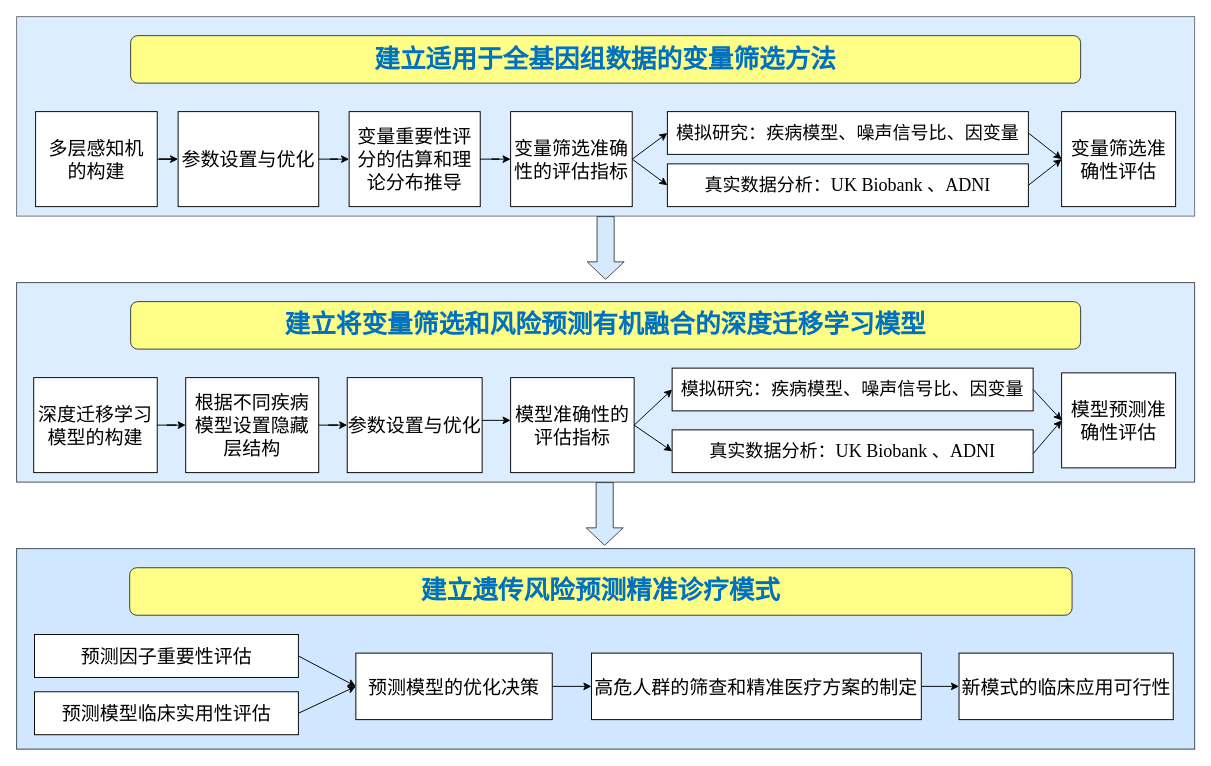
This is pathnew-5.drawio from LongLiu1988/2020, a draw.io file, before an edit. Source tidied: cells renumbered, new cells numbered last; positions are measured from the earlier drawing's top-left corner, leaving out a move shared by most shapes. Both pictures are drawn from the tidied source at 95%, with x=0, y=0 at pixel (16, 16).
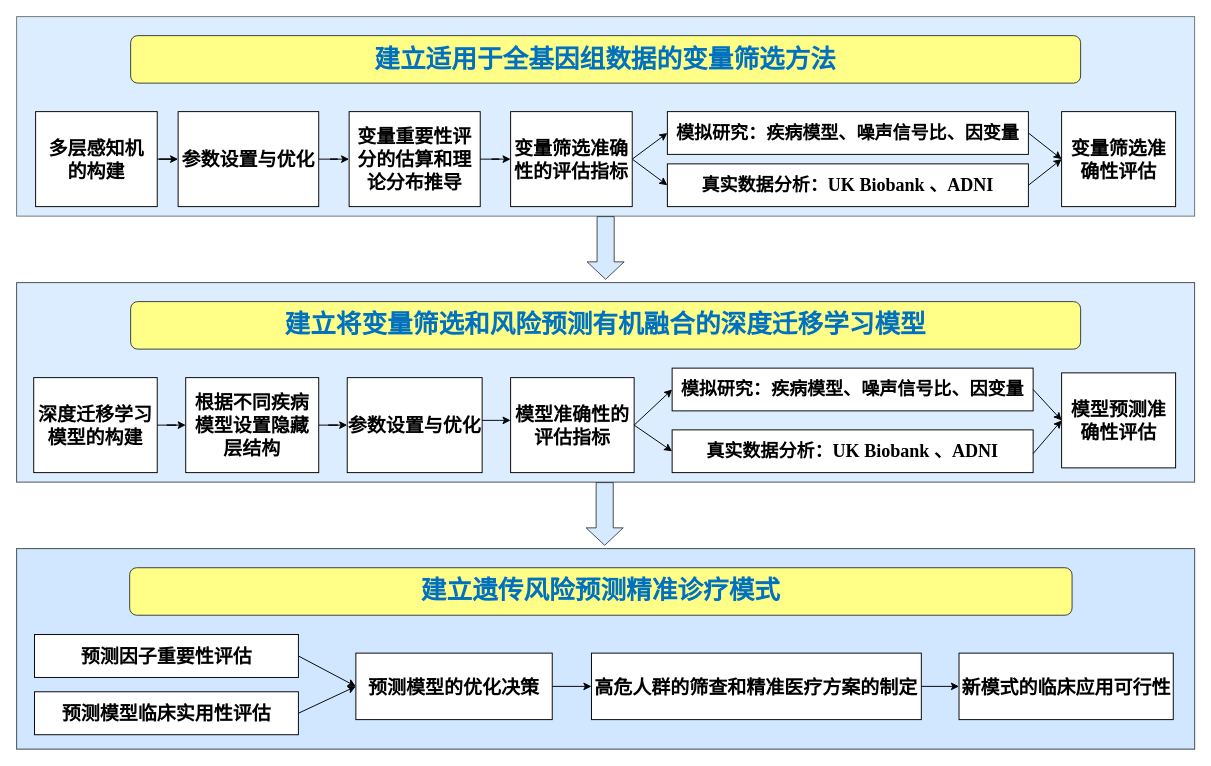
After the change.

The edit, as a diff of the source:
```diff
@@
-    <mxCell id="3" value="&lt;font style=&quot;font-size: 27px;&quot;&gt;&lt;b style=&quot;font-size: 27px;&quot;&gt;&lt;span style=&quot;font-family: kaiti; color: rgb(0, 112, 193); font-size: 27px;&quot; lang=&quot;ZH-CN&quot;&gt;建立将变量筛选和风险预测有机融合的深度迁移学习模型&lt;/span&gt;&lt;/b&gt;&lt;/font&gt;" style="rounded=1;whiteSpace=wrap;html=1;fillColor=#ffff88;strokeColor=#36393d;fontSize=27;" parent="1" vertex="1">
+    <mxCell id="3" value="&lt;font style=&quot;font-size: 27px;&quot;&gt;&lt;b style=&quot;font-size: 27px;&quot;&gt;&lt;span style=&quot;color: rgb(0, 112, 193); font-size: 27px;&quot; lang=&quot;ZH-CN&quot;&gt;建立将变量筛选和风险预测有机融合的深度迁移学习模型&lt;/span&gt;&lt;/b&gt;&lt;/font&gt;" style="rounded=1;whiteSpace=wrap;html=1;fillColor=#ffff88;strokeColor=#36393d;fontSize=27;fontFamily=Helvetica;" parent="1" vertex="1">
       <mxGeometry x="120" y="300" width="1000" height="50" as="geometry" />
     </mxCell>
@@
-    <mxCell id="5" value="&lt;font style=&quot;font-size: 20px&quot;&gt;深度迁移学习模型的构建&lt;/font&gt;" style="rounded=0;whiteSpace=wrap;html=1;" parent="1" vertex="1">
+    <mxCell id="5" value="&lt;font style=&quot;font-size: 20px&quot;&gt;深度迁移学习模型的构建&lt;/font&gt;" style="rounded=0;whiteSpace=wrap;html=1;fontStyle=1;" parent="1" vertex="1">
       <mxGeometry x="18" y="380" width="130" height="100" as="geometry" />
     </mxCell>
-    <mxCell id="6" value="&lt;font style=&quot;font-size: 20px&quot;&gt;参数设置与优化&lt;/font&gt;" style="rounded=0;whiteSpace=wrap;html=1;" parent="1" vertex="1">
+    <mxCell id="6" value="&lt;font style=&quot;font-size: 20px&quot;&gt;参数设置与优化&lt;/font&gt;" style="rounded=0;whiteSpace=wrap;html=1;fontStyle=1;" parent="1" vertex="1">
       <mxGeometry x="348" y="380" width="142" height="100" as="geometry" />
     </mxCell>
-    <mxCell id="7" value="&lt;font style=&quot;font-size: 20px&quot;&gt;模型准确性的评估指标&lt;/font&gt;" style="rounded=0;whiteSpace=wrap;html=1;" parent="1" vertex="1">
+    <mxCell id="7" value="&lt;font style=&quot;font-size: 20px&quot;&gt;模型准确性的评估指标&lt;/font&gt;" style="rounded=0;whiteSpace=wrap;html=1;fontStyle=1;" parent="1" vertex="1">
       <mxGeometry x="520" y="380" width="130" height="100" as="geometry" />
     </mxCell>
@@
-    <mxCell id="10" value="&lt;font style=&quot;font-size: 20px&quot;&gt;根据不同疾病模型设置隐藏层结构&lt;/font&gt;" style="rounded=0;whiteSpace=wrap;html=1;" parent="1" vertex="1">
+    <mxCell id="10" value="&lt;font style=&quot;font-size: 20px&quot;&gt;根据不同疾病模型设置隐藏层结构&lt;/font&gt;" style="rounded=0;whiteSpace=wrap;html=1;fontStyle=1;" parent="1" vertex="1">
       <mxGeometry x="178" y="380" width="140" height="100" as="geometry" />
     </mxCell>
@@
-    <mxCell id="13" style="group;fontSize=27;opacity=70;strokeColor=#23445d;fillColor=#CCE5FF;" parent="1" vertex="1">
+    <mxCell id="13" style="group;fontSize=27;opacity=70;strokeColor=#23445d;fillColor=#CCE5FF;fontStyle=1;fontFamily=Helvetica;" parent="1" vertex="1">
       <mxGeometry y="560" width="1240" height="211" as="geometry" />
     </mxCell>
@@
-    <mxCell id="15" value="&lt;b style=&quot;font-size: 27px;&quot;&gt;&lt;span style=&quot;font-size: 27px; font-family: kaiti; color: rgb(0, 112, 193);&quot; lang=&quot;ZH-CN&quot;&gt;建立遗传风险预测精准诊疗模式&lt;/span&gt;&lt;/b&gt;" style="rounded=1;whiteSpace=wrap;html=1;fillColor=#ffff88;strokeColor=#36393d;fontSize=27;" parent="13" vertex="1">
+    <mxCell id="15" value="&lt;span style=&quot;font-size: 27px;&quot;&gt;&lt;span style=&quot;font-size: 27px; color: rgb(0, 112, 193);&quot; lang=&quot;ZH-CN&quot;&gt;建立遗传风险预测精准诊疗模式&lt;/span&gt;&lt;/span&gt;" style="rounded=1;whiteSpace=wrap;html=1;fillColor=#ffff88;strokeColor=#36393d;fontSize=27;fontStyle=1;fontFamily=Helvetica;" parent="13" vertex="1">
       <mxGeometry x="119" y="20.1" width="992" height="50" as="geometry" />
     </mxCell>
-    <mxCell id="16" value="&lt;font style=&quot;font-size: 20px&quot;&gt;预测因子重要性评估&lt;/font&gt;" style="rounded=0;whiteSpace=wrap;html=1;" parent="13" vertex="1">
+    <mxCell id="16" value="&lt;font style=&quot;font-size: 20px&quot;&gt;预测因子重要性评估&lt;/font&gt;" style="rounded=0;whiteSpace=wrap;html=1;fontStyle=1;" parent="13" vertex="1">
       <mxGeometry x="18.8" y="90.4" width="277.8" height="45.2" as="geometry" />
     </mxCell>
-    <mxCell id="17" value="&lt;font style=&quot;font-size: 20px&quot;&gt;预测模型临床实用性评估&lt;/font&gt;" style="rounded=0;whiteSpace=wrap;html=1;" parent="13" vertex="1">
+    <mxCell id="17" value="&lt;font style=&quot;font-size: 20px&quot;&gt;预测模型临床实用性评估&lt;/font&gt;" style="rounded=0;whiteSpace=wrap;html=1;fontStyle=1;" parent="13" vertex="1">
       <mxGeometry x="18.8" y="150.7" width="277.8" height="45.2" as="geometry" />
     </mxCell>
-    <mxCell id="18" value="&lt;font style=&quot;font-size: 20px&quot;&gt;预测模型的优化决策&lt;/font&gt;" style="rounded=0;whiteSpace=wrap;html=1;" parent="13" vertex="1">
+    <mxCell id="18" value="&lt;font style=&quot;font-size: 20px&quot;&gt;预测模型的优化决策&lt;/font&gt;" style="rounded=0;whiteSpace=wrap;html=1;fontStyle=1;" parent="13" vertex="1">
       <mxGeometry x="357.1" y="110" width="206.7" height="70" as="geometry" />
     </mxCell>
-    <mxCell id="19" value="&lt;font style=&quot;font-size: 20px&quot;&gt;高危人群的筛查和精准医疗方案的制定&lt;/font&gt;" style="whiteSpace=wrap;html=1;rounded=0;" parent="13" vertex="1">
+    <mxCell id="19" value="&lt;font style=&quot;font-size: 20px&quot;&gt;高危人群的筛查和精准医疗方案的制定&lt;/font&gt;" style="whiteSpace=wrap;html=1;rounded=0;fontStyle=1;" parent="13" vertex="1">
       <mxGeometry x="605.1" y="110" width="347.2" height="70" as="geometry" />
     </mxCell>
-    <mxCell id="20" value="&lt;font style=&quot;font-size: 20px&quot;&gt;新模式的临床应用可行性&lt;/font&gt;" style="whiteSpace=wrap;html=1;rounded=0;" parent="13" vertex="1">
+    <mxCell id="20" value="&lt;font style=&quot;font-size: 20px&quot;&gt;新模式的临床应用可行性&lt;/font&gt;" style="whiteSpace=wrap;html=1;rounded=0;fontStyle=1;" parent="13" vertex="1">
       <mxGeometry x="992" y="110" width="225.5" height="70" as="geometry" />
     </mxCell>
@@
-    <mxCell id="26" value="&lt;div style=&quot;font-size: 19px&quot;&gt;模拟研究：疾病模型、噪声信号比、因变量&lt;/div&gt;" style="rounded=0;whiteSpace=wrap;html=1;align=center;" parent="1" vertex="1">
+    <mxCell id="26" value="&lt;div style=&quot;font-size: 19px&quot;&gt;模拟研究：疾病模型、噪声信号比、因变量&lt;/div&gt;" style="rounded=0;whiteSpace=wrap;html=1;align=center;fontStyle=1;" parent="1" vertex="1">
       <mxGeometry x="685" y="100" width="380" height="45" as="geometry" />
     </mxCell>
-    <mxCell id="27" value="&lt;div style=&quot;font-size: 19px&quot;&gt;&lt;font style=&quot;font-size: 19px&quot; face=&quot;Times New Roman&quot;&gt;真实数据分析：&lt;/font&gt;&lt;font style=&quot;font-size: 19px&quot; face=&quot;Times New Roman&quot;&gt;UK Biobank 、ADNI&lt;/font&gt;&lt;/div&gt;" style="rounded=0;whiteSpace=wrap;html=1;align=center;" parent="1" vertex="1">
+    <mxCell id="27" value="&lt;div style=&quot;font-size: 19px&quot;&gt;&lt;font style=&quot;font-size: 19px&quot; face=&quot;Times New Roman&quot;&gt;真实数据分析：&lt;/font&gt;&lt;font style=&quot;font-size: 19px&quot; face=&quot;Times New Roman&quot;&gt;UK Biobank 、ADNI&lt;/font&gt;&lt;/div&gt;" style="rounded=0;whiteSpace=wrap;html=1;align=center;fontStyle=1;" parent="1" vertex="1">
       <mxGeometry x="685" y="155" width="380" height="45" as="geometry" />
     </mxCell>
@@
-    <mxCell id="29" value="&lt;font style=&quot;font-size: 20px&quot;&gt;变量筛选准确性评估&lt;/font&gt;" style="rounded=0;whiteSpace=wrap;html=1;" parent="1" vertex="1">
+    <mxCell id="29" value="&lt;font style=&quot;font-size: 20px&quot;&gt;变量筛选准确性评估&lt;/font&gt;" style="rounded=0;whiteSpace=wrap;html=1;fontStyle=1;" parent="1" vertex="1">
       <mxGeometry x="1100" y="100" width="120" height="100" as="geometry" />
     </mxCell>
-    <mxCell id="30" value="&lt;div style=&quot;font-size: 19px&quot;&gt;模拟研究：疾病模型、噪声信号比、因变量&lt;/div&gt;" style="rounded=0;whiteSpace=wrap;html=1;" parent="1" vertex="1">
+    <mxCell id="30" value="&lt;div style=&quot;font-size: 19px&quot;&gt;模拟研究：疾病模型、噪声信号比、因变量&lt;/div&gt;" style="rounded=0;whiteSpace=wrap;html=1;fontStyle=1;" parent="1" vertex="1">
       <mxGeometry x="690" y="370" width="380" height="45" as="geometry" />
     </mxCell>
-    <mxCell id="31" value="&lt;span style=&quot;font-size: 20px&quot;&gt;模型预测准确性评估&lt;/span&gt;" style="rounded=0;whiteSpace=wrap;html=1;" parent="1" vertex="1">
+    <mxCell id="31" value="&lt;span style=&quot;font-size: 20px&quot;&gt;模型预测准确性评估&lt;/span&gt;" style="rounded=0;whiteSpace=wrap;html=1;fontStyle=1;" parent="1" vertex="1">
       <mxGeometry x="1100" y="375" width="120" height="100" as="geometry" />
     </mxCell>
@@
-    <mxCell id="34" value="&lt;div style=&quot;font-size: 20px&quot;&gt;&lt;font style=&quot;font-size: 20px&quot;&gt;多层感知机&lt;/font&gt;&lt;/div&gt;&lt;div style=&quot;font-size: 20px&quot;&gt;&lt;font style=&quot;font-size: 20px&quot;&gt;的构建&lt;/font&gt;&lt;/div&gt;" style="rounded=0;whiteSpace=wrap;html=1;strokeWidth=1;labelPosition=center;verticalLabelPosition=middle;align=center;verticalAlign=middle;gradientColor=#ffffff;" parent="1" vertex="1">
+    <mxCell id="34" value="&lt;div style=&quot;font-size: 20px&quot;&gt;&lt;font style=&quot;font-size: 20px&quot;&gt;多层感知机&lt;/font&gt;&lt;/div&gt;&lt;div style=&quot;font-size: 20px&quot;&gt;&lt;font style=&quot;font-size: 20px&quot;&gt;的构建&lt;/font&gt;&lt;/div&gt;" style="rounded=0;whiteSpace=wrap;html=1;strokeWidth=1;labelPosition=center;verticalLabelPosition=middle;align=center;verticalAlign=middle;gradientColor=#ffffff;fontStyle=1;" parent="1" vertex="1">
       <mxGeometry x="20" y="100" width="128" height="100" as="geometry" />
     </mxCell>
-    <mxCell id="35" value="&lt;font style=&quot;font-size: 20px&quot;&gt;参数设置与优化&lt;/font&gt;" style="whiteSpace=wrap;html=1;rounded=0;" parent="1" vertex="1">
+    <mxCell id="35" value="&lt;font style=&quot;font-size: 20px&quot;&gt;参数设置与优化&lt;/font&gt;" style="whiteSpace=wrap;html=1;rounded=0;fontStyle=1;" parent="1" vertex="1">
       <mxGeometry x="170" y="100" width="148" height="100" as="geometry" />
     </mxCell>
@@
-    <mxCell id="37" value="&lt;font style=&quot;font-size: 20px&quot;&gt;变量重要性评分的估算和理论分布推导&lt;/font&gt;" style="whiteSpace=wrap;html=1;rounded=0;" parent="1" vertex="1">
+    <mxCell id="37" value="&lt;font style=&quot;font-size: 20px&quot;&gt;变量重要性评分的估算和理论分布推导&lt;/font&gt;" style="whiteSpace=wrap;html=1;rounded=0;fontStyle=1;" parent="1" vertex="1">
       <mxGeometry x="350" y="100" width="138" height="100" as="geometry" />
     </mxCell>
@@
-    <mxCell id="39" value="&lt;font style=&quot;font-size: 20px&quot;&gt;变量筛选准确性的评估指标&lt;/font&gt;" style="rounded=0;whiteSpace=wrap;html=1;" parent="1" vertex="1">
+    <mxCell id="39" value="&lt;font style=&quot;font-size: 20px&quot;&gt;变量筛选准确性的评估指标&lt;/font&gt;" style="rounded=0;whiteSpace=wrap;html=1;fontStyle=1;" parent="1" vertex="1">
       <mxGeometry x="520" y="100" width="128" height="100" as="geometry" />
     </mxCell>
@@
-    <mxCell id="41" value="&lt;font style=&quot;font-size: 27px;&quot;&gt;&lt;span style=&quot;font-size: 27px;&quot;&gt;&lt;span style=&quot;font-family: kaiti; color: rgb(0, 112, 193); font-size: 27px;&quot; lang=&quot;ZH-CN&quot;&gt;建立适用于全基因组数据的变量筛选方法&lt;/span&gt;&lt;/span&gt;&lt;/font&gt;" style="rounded=1;whiteSpace=wrap;html=1;fillColor=#ffff88;strokeColor=#36393d;fontStyle=1;fontSize=27;spacingTop=2;spacingLeft=0;rotation=0;align=center;" parent="1" vertex="1">
+    <mxCell id="41" value="&lt;font style=&quot;font-size: 27px;&quot;&gt;&lt;span style=&quot;font-size: 27px;&quot;&gt;&lt;span style=&quot;color: rgb(0, 112, 193); font-size: 27px;&quot; lang=&quot;ZH-CN&quot;&gt;建立适用于全基因组数据的变量筛选方法&lt;/span&gt;&lt;/span&gt;&lt;/font&gt;" style="rounded=1;whiteSpace=wrap;html=1;fillColor=#ffff88;strokeColor=#36393d;fontStyle=1;fontSize=27;spacingTop=2;spacingLeft=0;rotation=0;align=center;" parent="1" vertex="1">
       <mxGeometry x="120" y="20" width="1000" height="50" as="geometry" />
     </mxCell>
-    <mxCell id="42" value="&lt;div style=&quot;font-size: 19px&quot;&gt;&lt;font style=&quot;font-size: 19px&quot; face=&quot;Times New Roman&quot;&gt;真实数据分析：&lt;/font&gt;&lt;font style=&quot;font-size: 19px&quot; face=&quot;Times New Roman&quot;&gt;UK Biobank 、ADNI&lt;/font&gt;&lt;/div&gt;" style="rounded=0;whiteSpace=wrap;html=1;align=center;" parent="1" vertex="1">
+    <mxCell id="42" value="&lt;div style=&quot;font-size: 19px&quot;&gt;&lt;font style=&quot;font-size: 19px&quot; face=&quot;Times New Roman&quot;&gt;真实数据分析：&lt;/font&gt;&lt;font style=&quot;font-size: 19px&quot; face=&quot;Times New Roman&quot;&gt;UK Biobank 、ADNI&lt;/font&gt;&lt;/div&gt;" style="rounded=0;whiteSpace=wrap;html=1;align=center;fontStyle=1;" parent="1" vertex="1">
       <mxGeometry x="690" y="435" width="380" height="45" as="geometry" />
     </mxCell>
```
